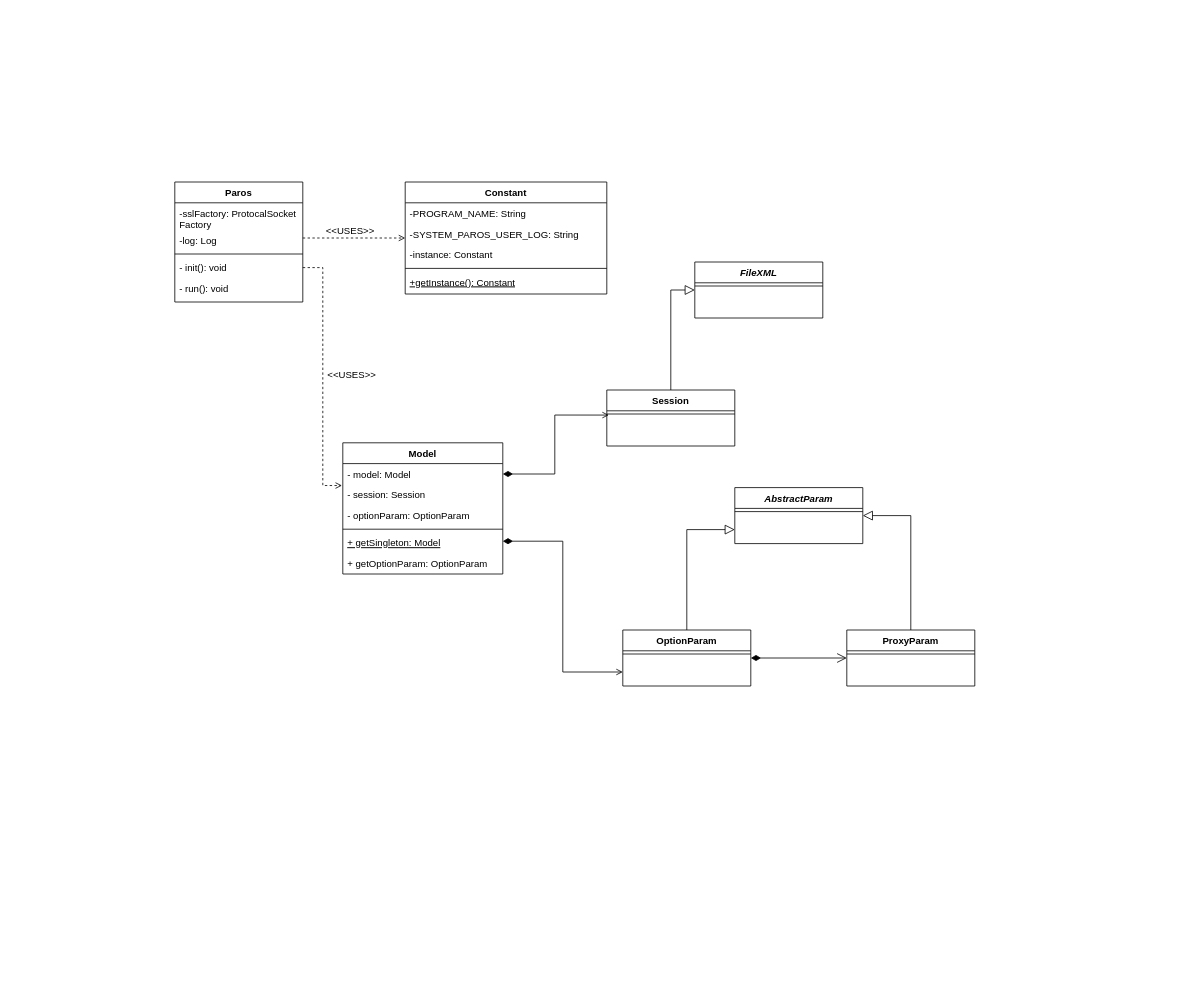
The draw.io diagram Lab05_class_diagram.drawio in astrrr/SAD2021sem1, before the edit. Source tidied: cells renumbered, new cells numbered last; positions are measured from the earlier drawing's top-left corner, leaving out a move shared by most shapes. Both pictures are drawn from the tidied source at 80%, with x=0, y=0 at pixel (174, 182).
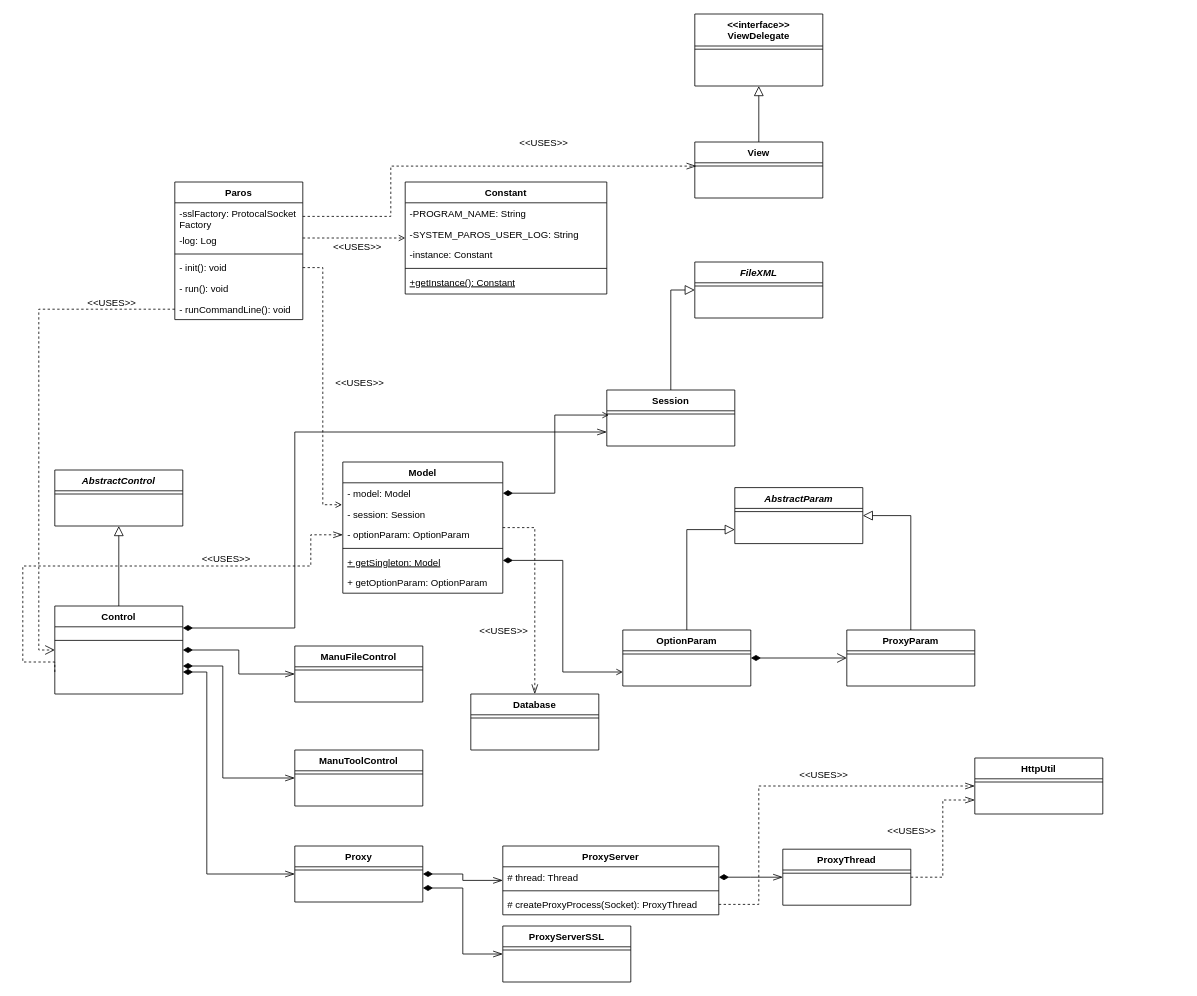
The same diagram, later.

Unchanged cells that the change refers to:
```xml
<mxCell id="12" value="- optionParam: OptionParam" style="text;align=left;verticalAlign=top;spacingLeft=4;spacingRight=4;overflow=hidden;points=[[0,0.5],[1,0.5]];portConstraint=eastwest;" parent="9" vertex="1">
  <mxGeometry y="78" width="200" height="26" as="geometry" />
</mxCell>
<mxCell id="22" style="endArrow=open;shadow=0;strokeWidth=1;rounded=0;endFill=1;edgeStyle=elbowEdgeStyle;elbow=vertical;dashed=1;" parent="1" edge="1" source="2" target="16">
  <mxGeometry x="0.5" y="41" relative="1" as="geometry">
    <mxPoint x="-40" y="32" as="offset" />
  </mxGeometry>
</mxCell>
<mxCell id="26" value="Session" style="swimlane;fontStyle=1;align=center;verticalAlign=top;horizontal=1;startSize=26;rounded=0;shadow=0;strokeWidth=1;" parent="1" vertex="1">
  <mxGeometry x="540" y="260" width="160" height="70" as="geometry" />
</mxCell>
```

Change to the diagram source:
```diff
@@
+    <mxCell id="41" style="edgeStyle=elbowEdgeStyle;rounded=0;jettySize=auto;html=1;exitX=1;exitY=0.25;exitDx=0;exitDy=0;entryX=0.011;entryY=0.515;entryDx=0;entryDy=0;entryPerimeter=0;dashed=1;startArrow=none;startFill=0;endArrow=openThin;endFill=0;startSize=10;endSize=10;" parent="1" edge="1" source="2" target="80">
+      <mxGeometry relative="1" as="geometry">
+        <Array as="points">
+          <mxPoint x="270" y="10" />
+        </Array>
+      </mxGeometry>
+    </mxCell>
     <mxCell id="2" value="Paros" style="swimlane;fontStyle=1;align=center;verticalAlign=top;horizontal=1;startSize=26;rounded=0;shadow=0;strokeWidth=1;" parent="1" vertex="1">
-      <mxGeometry width="160" height="150" as="geometry" />
+      <mxGeometry width="160" height="172" as="geometry" />
     </mxCell>
@@
+    <mxCell id="42" value="- runCommandLine(): void" style="text;align=left;verticalAlign=top;spacingLeft=4;spacingRight=4;overflow=hidden;points=[[0,0.5],[1,0.5]];portConstraint=eastwest;" parent="2" vertex="1">
+      <mxGeometry y="146" width="160" height="26" as="geometry" />
+    </mxCell>
@@
+    <mxCell id="43" style="edgeStyle=elbowEdgeStyle;rounded=0;jettySize=auto;html=1;exitX=1;exitY=0.5;exitDx=0;exitDy=0;startArrow=none;startFill=0;endArrow=openThin;endFill=0;startSize=10;endSize=10;dashed=1;" parent="1" edge="1" source="9">
+      <mxGeometry relative="1" as="geometry">
+        <mxPoint x="450" y="640" as="targetPoint" />
+        <Array as="points">
+          <mxPoint x="450" y="500" />
+        </Array>
+      </mxGeometry>
+    </mxCell>
     <mxCell id="9" value="Model" style="swimlane;fontStyle=1;align=center;verticalAlign=top;horizontal=1;startSize=26;rounded=0;shadow=0;strokeWidth=1;" parent="1" vertex="1">
-      <mxGeometry x="210" y="326" width="200" height="164" as="geometry" />
+      <mxGeometry x="210" y="350" width="200" height="164" as="geometry" />
     </mxCell>
@@
     <mxCell id="23" value="&amp;lt;&amp;lt;USES&amp;gt;&amp;gt;" style="text;html=1;align=center;verticalAlign=middle;labelBackgroundColor=none;rounded=0;shadow=0;strokeWidth=1;fontSize=12;" parent="22" vertex="1">
       <mxGeometry x="0.5" y="49" relative="1" as="geometry">
-        <mxPoint x="-38" y="40" as="offset" />
+        <mxPoint x="204" y="-71" as="offset" />
       </mxGeometry>
     </mxCell>
@@
     <mxCell id="28" value="&amp;lt;&amp;lt;USES&amp;gt;&amp;gt;" style="text;html=1;align=center;verticalAlign=middle;labelBackgroundColor=none;rounded=0;shadow=0;strokeWidth=1;fontSize=12;" parent="1" vertex="1">
-      <mxGeometry x="220" y="240" as="geometry" />
+      <mxGeometry x="-80" y="150" as="geometry" />
     </mxCell>
@@
+    <mxCell id="44" style="edgeStyle=orthogonalEdgeStyle;rounded=0;jettySize=auto;html=1;entryX=0.5;entryY=1;entryDx=0;entryDy=0;startArrow=none;startFill=0;endArrow=block;endFill=0;startSize=10;endSize=10;" parent="1" edge="1" source="50" target="54">
+      <mxGeometry relative="1" as="geometry" />
+    </mxCell>
+    <mxCell id="45" style="edgeStyle=orthogonalEdgeStyle;rounded=0;jettySize=auto;html=1;exitX=1;exitY=0.5;exitDx=0;exitDy=0;entryX=0;entryY=0.5;entryDx=0;entryDy=0;startArrow=diamondThin;startFill=1;endArrow=openThin;endFill=0;startSize=10;endSize=10;" parent="1" edge="1" source="50" target="56">
+      <mxGeometry relative="1" as="geometry" />
+    </mxCell>
+    <mxCell id="46" style="edgeStyle=orthogonalEdgeStyle;rounded=0;jettySize=auto;html=1;entryX=0;entryY=0.5;entryDx=0;entryDy=0;startArrow=diamondThin;startFill=1;endArrow=openThin;endFill=0;startSize=10;endSize=10;" parent="1" edge="1" target="58">
+      <mxGeometry relative="1" as="geometry">
+        <mxPoint x="10" y="605" as="sourcePoint" />
+        <Array as="points">
+          <mxPoint x="60" y="605" />
+          <mxPoint x="60" y="745" />
+        </Array>
+      </mxGeometry>
+    </mxCell>
+    <mxCell id="47" style="rounded=0;jettySize=auto;html=1;exitX=1;exitY=0.25;exitDx=0;exitDy=0;entryX=0;entryY=0.75;entryDx=0;entryDy=0;startArrow=diamondThin;startFill=1;endArrow=openThin;endFill=0;startSize=10;endSize=10;edgeStyle=elbowEdgeStyle;" parent="1" edge="1" source="50" target="26">
+      <mxGeometry relative="1" as="geometry">
+        <Array as="points">
+          <mxPoint x="150" y="530" />
+        </Array>
+      </mxGeometry>
+    </mxCell>
+    <mxCell id="48" style="edgeStyle=orthogonalEdgeStyle;rounded=0;jettySize=auto;html=1;exitX=0;exitY=0.75;exitDx=0;exitDy=0;entryX=0;entryY=0.5;entryDx=0;entryDy=0;startArrow=none;startFill=0;endArrow=openThin;endFill=0;startSize=10;endSize=10;dashed=1;" parent="1" edge="1" source="50" target="12">
+      <mxGeometry relative="1" as="geometry">
+        <Array as="points">
+          <mxPoint x="-150" y="600" />
+          <mxPoint x="-190" y="600" />
+          <mxPoint x="-190" y="480" />
+          <mxPoint x="170" y="480" />
+          <mxPoint x="170" y="441" />
+        </Array>
+      </mxGeometry>
+    </mxCell>
+    <mxCell id="49" style="edgeStyle=elbowEdgeStyle;rounded=0;jettySize=auto;html=1;exitX=1;exitY=0.75;exitDx=0;exitDy=0;entryX=0;entryY=0.5;entryDx=0;entryDy=0;startArrow=diamondThin;startFill=1;endArrow=openThin;endFill=0;startSize=10;endSize=10;" parent="1" edge="1" source="50" target="63">
+      <mxGeometry relative="1" as="geometry">
+        <Array as="points">
+          <mxPoint x="40" y="780" />
+        </Array>
+      </mxGeometry>
+    </mxCell>
+    <mxCell id="50" value="Control" style="swimlane;fontStyle=1;align=center;verticalAlign=top;horizontal=1;startSize=26;rounded=0;shadow=0;strokeWidth=1;" parent="1" vertex="1">
+      <mxGeometry x="-150" y="530" width="160" height="110" as="geometry" />
+    </mxCell>
+    <mxCell id="51" style="line;html=1;strokeWidth=1;align=left;verticalAlign=middle;spacingTop=-1;spacingLeft=3;spacingRight=3;labelPosition=right;" parent="50" vertex="1">
+      <mxGeometry y="26" width="160" height="34" as="geometry" />
+    </mxCell>
+    <mxCell id="52" style="edgeStyle=orthogonalEdgeStyle;rounded=0;jettySize=auto;html=1;exitX=0;exitY=0.5;exitDx=0;exitDy=0;entryX=0;entryY=0.5;entryDx=0;entryDy=0;startArrow=none;startFill=0;endArrow=open;endFill=0;startSize=10;endSize=10;dashed=1;" parent="1" edge="1" source="42" target="50">
+      <mxGeometry relative="1" as="geometry" />
+    </mxCell>
+    <mxCell id="53" value="&amp;lt;&amp;lt;USES&amp;gt;&amp;gt;" style="text;html=1;align=center;verticalAlign=middle;labelBackgroundColor=none;rounded=0;shadow=0;strokeWidth=1;fontSize=12;" parent="1" vertex="1">
+      <mxGeometry x="230" y="250" as="geometry" />
+    </mxCell>
+    <mxCell id="54" value="AbstractControl" style="swimlane;fontStyle=3;align=center;verticalAlign=top;horizontal=1;startSize=26;rounded=0;shadow=0;strokeWidth=1;" parent="1" vertex="1">
+      <mxGeometry x="-150" y="360" width="160" height="70" as="geometry" />
+    </mxCell>
+    <mxCell id="55" style="line;html=1;strokeWidth=1;align=left;verticalAlign=middle;spacingTop=-1;spacingLeft=3;spacingRight=3;labelPosition=right;" parent="54" vertex="1">
+      <mxGeometry y="26" width="160" height="8" as="geometry" />
+    </mxCell>
+    <mxCell id="56" value="ManuFileControl&#10;" style="swimlane;fontStyle=1;align=center;verticalAlign=top;horizontal=1;startSize=26;rounded=0;shadow=0;strokeWidth=1;" parent="1" vertex="1">
+      <mxGeometry x="150" y="580" width="160" height="70" as="geometry" />
+    </mxCell>
+    <mxCell id="57" style="line;html=1;strokeWidth=1;align=left;verticalAlign=middle;spacingTop=-1;spacingLeft=3;spacingRight=3;labelPosition=right;" parent="56" vertex="1">
+      <mxGeometry y="26" width="160" height="8" as="geometry" />
+    </mxCell>
+    <mxCell id="58" value="ManuToolControl&#10;" style="swimlane;fontStyle=1;align=center;verticalAlign=top;horizontal=1;startSize=26;rounded=0;shadow=0;strokeWidth=1;" parent="1" vertex="1">
+      <mxGeometry x="150" y="710" width="160" height="70" as="geometry" />
+    </mxCell>
+    <mxCell id="59" style="line;html=1;strokeWidth=1;align=left;verticalAlign=middle;spacingTop=-1;spacingLeft=3;spacingRight=3;labelPosition=right;" parent="58" vertex="1">
+      <mxGeometry y="26" width="160" height="8" as="geometry" />
+    </mxCell>
+    <mxCell id="60" value="&amp;lt;&amp;lt;USES&amp;gt;&amp;gt;" style="text;html=1;align=center;verticalAlign=middle;labelBackgroundColor=none;rounded=0;shadow=0;strokeWidth=1;fontSize=12;" parent="1" vertex="1">
+      <mxGeometry x="240" y="260" as="geometry">
+        <mxPoint x="-177" y="211" as="offset" />
+      </mxGeometry>
+    </mxCell>
+    <mxCell id="61" style="edgeStyle=elbowEdgeStyle;rounded=0;jettySize=auto;html=1;exitX=1;exitY=0.5;exitDx=0;exitDy=0;entryX=0;entryY=0.5;entryDx=0;entryDy=0;startArrow=diamondThin;startFill=1;endArrow=openThin;endFill=0;startSize=10;endSize=10;" parent="1" edge="1" source="63" target="65">
+      <mxGeometry relative="1" as="geometry" />
+    </mxCell>
+    <mxCell id="62" style="edgeStyle=elbowEdgeStyle;rounded=0;jettySize=auto;html=1;exitX=1;exitY=0.75;exitDx=0;exitDy=0;entryX=0;entryY=0.5;entryDx=0;entryDy=0;startArrow=diamondThin;startFill=1;endArrow=openThin;endFill=0;startSize=10;endSize=10;" parent="1" edge="1" source="63" target="69">
+      <mxGeometry relative="1" as="geometry" />
+    </mxCell>
+    <mxCell id="63" value="Proxy" style="swimlane;fontStyle=1;align=center;verticalAlign=top;horizontal=1;startSize=26;rounded=0;shadow=0;strokeWidth=1;" parent="1" vertex="1">
+      <mxGeometry x="150" y="830" width="160" height="70" as="geometry" />
+    </mxCell>
+    <mxCell id="64" style="line;html=1;strokeWidth=1;align=left;verticalAlign=middle;spacingTop=-1;spacingLeft=3;spacingRight=3;labelPosition=right;" parent="63" vertex="1">
+      <mxGeometry y="26" width="160" height="8" as="geometry" />
+    </mxCell>
+    <mxCell id="65" value="ProxyServer" style="swimlane;fontStyle=1;align=center;verticalAlign=top;horizontal=1;startSize=26;rounded=0;shadow=0;strokeWidth=1;" parent="1" vertex="1">
+      <mxGeometry x="410" y="830" width="270" height="86" as="geometry" />
+    </mxCell>
+    <mxCell id="66" value="# thread: Thread" style="text;align=left;verticalAlign=top;spacingLeft=4;spacingRight=4;overflow=hidden;points=[[0,0.5],[1,0.5]];portConstraint=eastwest;fontStyle=0;" parent="65" vertex="1">
+      <mxGeometry y="26" width="270" height="26" as="geometry" />
+    </mxCell>
+    <mxCell id="67" style="line;html=1;strokeWidth=1;align=left;verticalAlign=middle;spacingTop=-1;spacingLeft=3;spacingRight=3;labelPosition=right;" parent="65" vertex="1">
+      <mxGeometry y="52" width="270" height="8" as="geometry" />
+    </mxCell>
+    <mxCell id="68" value="# createProxyProcess(Socket): ProxyThread" style="text;align=left;verticalAlign=top;spacingLeft=4;spacingRight=4;overflow=hidden;points=[[0,0.5],[1,0.5]];portConstraint=eastwest;fontStyle=0;" parent="65" vertex="1">
+      <mxGeometry y="60" width="270" height="26" as="geometry" />
+    </mxCell>
+    <mxCell id="69" value="ProxyServerSSL" style="swimlane;fontStyle=1;align=center;verticalAlign=top;horizontal=1;startSize=26;rounded=0;shadow=0;strokeWidth=1;" parent="1" vertex="1">
+      <mxGeometry x="410" y="930" width="160" height="70" as="geometry" />
+    </mxCell>
+    <mxCell id="70" style="line;html=1;strokeWidth=1;align=left;verticalAlign=middle;spacingTop=-1;spacingLeft=3;spacingRight=3;labelPosition=right;" parent="69" vertex="1">
+      <mxGeometry y="26" width="160" height="8" as="geometry" />
+    </mxCell>
+    <mxCell id="71" style="edgeStyle=elbowEdgeStyle;rounded=0;jettySize=auto;html=1;exitX=1;exitY=0.5;exitDx=0;exitDy=0;entryX=0;entryY=0.75;entryDx=0;entryDy=0;startArrow=none;startFill=0;endArrow=openThin;endFill=0;startSize=10;endSize=10;dashed=1;" parent="1" edge="1" source="72" target="84">
+      <mxGeometry relative="1" as="geometry" />
+    </mxCell>
+    <mxCell id="72" value="ProxyThread" style="swimlane;fontStyle=1;align=center;verticalAlign=top;horizontal=1;startSize=26;rounded=0;shadow=0;strokeWidth=1;" parent="1" vertex="1">
+      <mxGeometry x="760" y="834" width="160" height="70" as="geometry" />
+    </mxCell>
+    <mxCell id="73" style="line;html=1;strokeWidth=1;align=left;verticalAlign=middle;spacingTop=-1;spacingLeft=3;spacingRight=3;labelPosition=right;" parent="72" vertex="1">
+      <mxGeometry y="26" width="160" height="8" as="geometry" />
+    </mxCell>
+    <mxCell id="74" style="edgeStyle=elbowEdgeStyle;rounded=0;jettySize=auto;html=1;exitX=1;exitY=0.5;exitDx=0;exitDy=0;entryX=0;entryY=0.5;entryDx=0;entryDy=0;startArrow=diamondThin;startFill=1;endArrow=openThin;endFill=0;startSize=10;endSize=10;" parent="1" edge="1" source="66" target="72">
+      <mxGeometry relative="1" as="geometry" />
+    </mxCell>
+    <mxCell id="75" value="Database" style="swimlane;fontStyle=1;align=center;verticalAlign=top;horizontal=1;startSize=26;rounded=0;shadow=0;strokeWidth=1;" parent="1" vertex="1">
+      <mxGeometry x="370" y="640" width="160" height="70" as="geometry" />
+    </mxCell>
+    <mxCell id="76" style="line;html=1;strokeWidth=1;align=left;verticalAlign=middle;spacingTop=-1;spacingLeft=3;spacingRight=3;labelPosition=right;" parent="75" vertex="1">
+      <mxGeometry y="26" width="160" height="8" as="geometry" />
+    </mxCell>
+    <mxCell id="77" value="&amp;lt;&amp;lt;USES&amp;gt;&amp;gt;" style="text;html=1;align=center;verticalAlign=middle;labelBackgroundColor=none;rounded=0;shadow=0;strokeWidth=1;fontSize=12;" parent="1" vertex="1">
+      <mxGeometry x="750" y="140" as="geometry">
+        <mxPoint x="-340" y="420" as="offset" />
+      </mxGeometry>
+    </mxCell>
+    <mxCell id="78" style="edgeStyle=elbowEdgeStyle;rounded=0;jettySize=auto;html=1;entryX=0.5;entryY=1;entryDx=0;entryDy=0;startArrow=none;startFill=0;endArrow=block;endFill=0;startSize=10;endSize=10;" parent="1" edge="1" source="79" target="82">
+      <mxGeometry relative="1" as="geometry" />
+    </mxCell>
+    <mxCell id="79" value="View" style="swimlane;fontStyle=1;align=center;verticalAlign=top;horizontal=1;startSize=26;rounded=0;shadow=0;strokeWidth=1;" parent="1" vertex="1">
+      <mxGeometry x="650" y="-50" width="160" height="70" as="geometry" />
+    </mxCell>
+    <mxCell id="80" style="line;html=1;strokeWidth=1;align=left;verticalAlign=middle;spacingTop=-1;spacingLeft=3;spacingRight=3;labelPosition=right;points=[];portConstraint=eastwest;" parent="79" vertex="1">
+      <mxGeometry y="26" width="160" height="8" as="geometry" />
+    </mxCell>
+    <mxCell id="81" value="&amp;lt;&amp;lt;USES&amp;gt;&amp;gt;" style="text;html=1;align=center;verticalAlign=middle;labelBackgroundColor=none;rounded=0;shadow=0;strokeWidth=1;fontSize=12;" parent="1" vertex="1">
+      <mxGeometry x="227.9" y="80" as="geometry" />
+    </mxCell>
+    <mxCell id="82" value="&lt;&lt;interface&gt;&gt;&#10;ViewDelegate" style="swimlane;fontStyle=1;align=center;verticalAlign=top;horizontal=1;startSize=40;rounded=0;shadow=0;strokeWidth=1;" parent="1" vertex="1">
+      <mxGeometry x="650" y="-210" width="160" height="90" as="geometry" />
+    </mxCell>
+    <mxCell id="83" style="line;html=1;strokeWidth=1;align=left;verticalAlign=middle;spacingTop=-1;spacingLeft=3;spacingRight=3;labelPosition=right;" parent="82" vertex="1">
+      <mxGeometry y="40" width="160" height="8" as="geometry" />
+    </mxCell>
+    <mxCell id="84" value="HttpUtil" style="swimlane;fontStyle=1;align=center;verticalAlign=top;horizontal=1;startSize=26;rounded=0;shadow=0;strokeWidth=1;" parent="1" vertex="1">
+      <mxGeometry x="1000" y="720" width="160" height="70" as="geometry" />
+    </mxCell>
+    <mxCell id="85" style="line;html=1;strokeWidth=1;align=left;verticalAlign=middle;spacingTop=-1;spacingLeft=3;spacingRight=3;labelPosition=right;" parent="84" vertex="1">
+      <mxGeometry y="26" width="160" height="8" as="geometry" />
+    </mxCell>
+    <mxCell id="86" style="edgeStyle=elbowEdgeStyle;rounded=0;jettySize=auto;html=1;exitX=1;exitY=0.5;exitDx=0;exitDy=0;entryX=0;entryY=0.5;entryDx=0;entryDy=0;startArrow=none;startFill=0;endArrow=openThin;endFill=0;startSize=10;endSize=10;dashed=1;" parent="1" edge="1" source="68" target="84">
+      <mxGeometry relative="1" as="geometry">
+        <Array as="points">
+          <mxPoint x="730" y="830" />
+        </Array>
+      </mxGeometry>
+    </mxCell>
+    <mxCell id="87" value="&amp;lt;&amp;lt;USES&amp;gt;&amp;gt;" style="text;html=1;align=center;verticalAlign=middle;labelBackgroundColor=none;rounded=0;shadow=0;strokeWidth=1;fontSize=12;" parent="1" vertex="1">
+      <mxGeometry x="1150" y="320" as="geometry">
+        <mxPoint x="-340" y="420" as="offset" />
+      </mxGeometry>
+    </mxCell>
+    <mxCell id="88" value="&amp;lt;&amp;lt;USES&amp;gt;&amp;gt;" style="text;html=1;align=center;verticalAlign=middle;labelBackgroundColor=none;rounded=0;shadow=0;strokeWidth=1;fontSize=12;" parent="1" vertex="1">
+      <mxGeometry x="1260" y="390" as="geometry">
+        <mxPoint x="-340" y="420" as="offset" />
+      </mxGeometry>
+    </mxCell>
```
